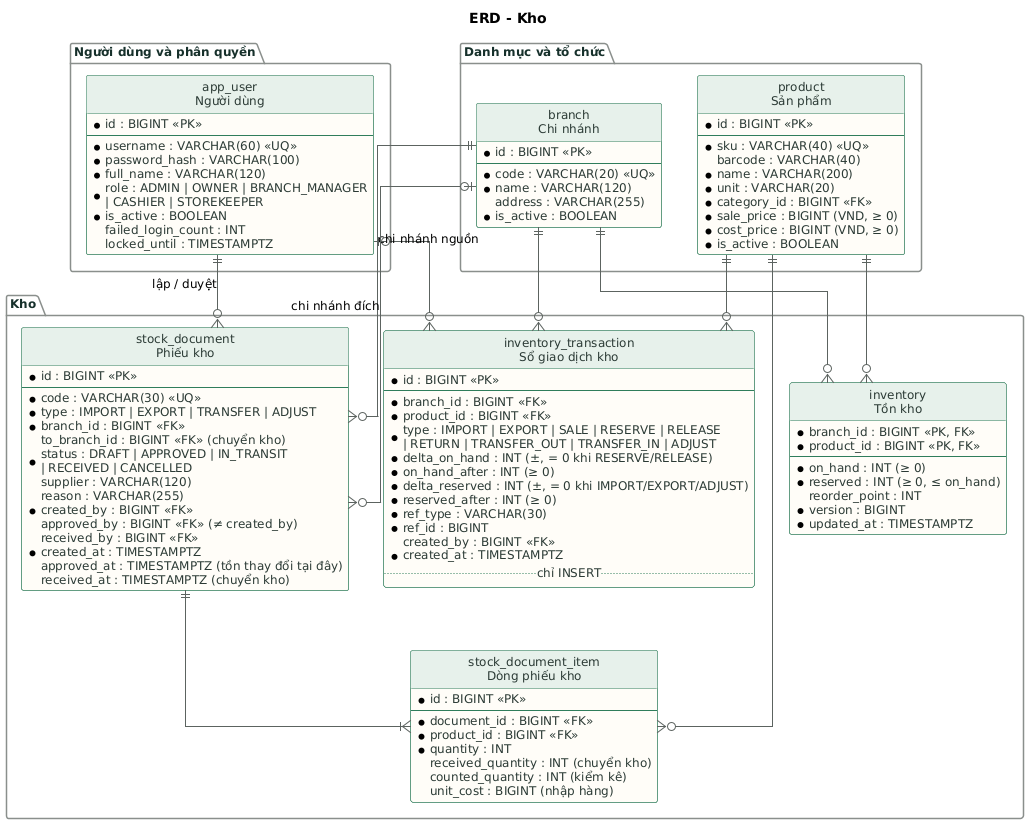
This is docs/design/erd/png/02-erd-kho.png from NguyenDokhai2005/GreenMart, a PlantUML export, as it was before one commit.
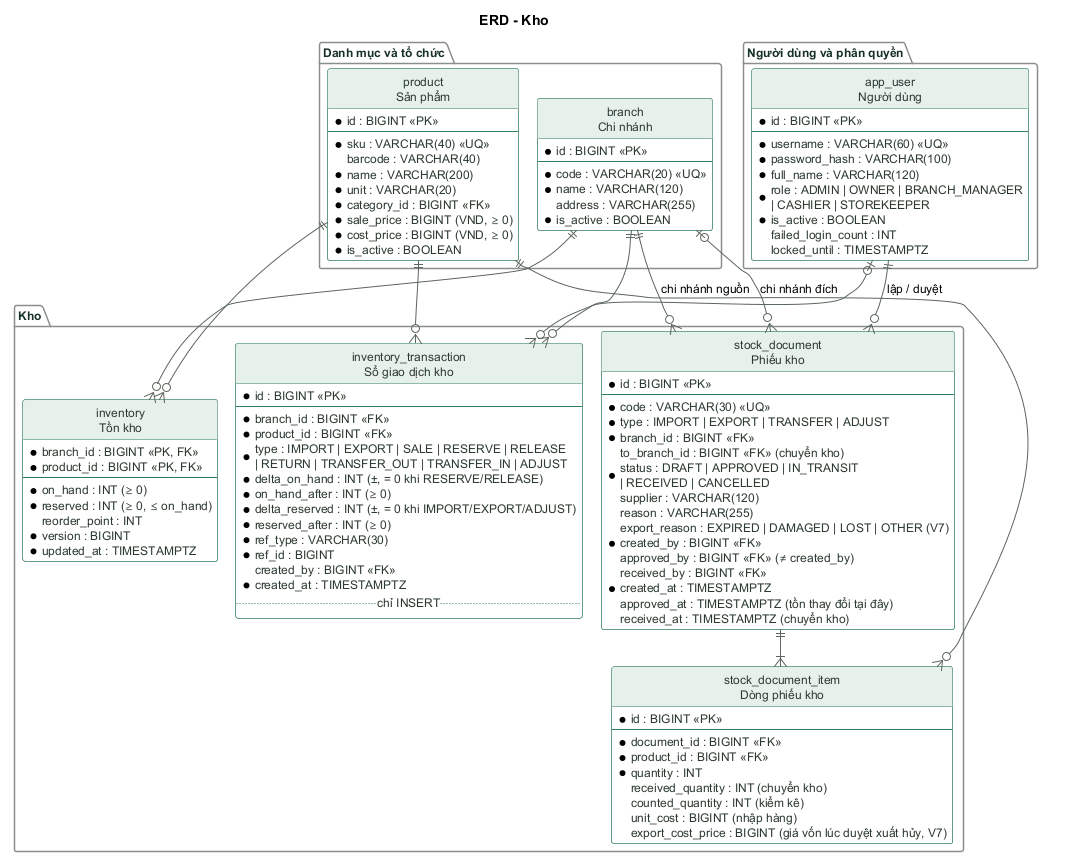
Later version of the same file.

What changed in the source:
```diff
@@ -1,4 +1,5 @@
 @startuml 02-erd-kho
+!pragma layout smetana
 
 skinparam defaultFontName "DejaVu Sans"
 skinparam defaultFontSize 12
@@ -93,6 +94,7 @@
     * status : DRAFT | APPROVED | IN_TRANSIT\n| RECEIVED | CANCELLED
     supplier : VARCHAR(120)
     reason : VARCHAR(255)
+    export_reason : EXPIRED | DAMAGED | LOST | OTHER (V7)
     * created_by : BIGINT <<FK>>
     approved_by : BIGINT <<FK>> (≠ created_by)
     received_by : BIGINT <<FK>>
@@ -109,6 +111,7 @@
     received_quantity : INT (chuyển kho)
     counted_quantity : INT (kiểm kê)
     unit_cost : BIGINT (nhập hàng)
+    export_cost_price : BIGINT (giá vốn lúc duyệt xuất hủy, V7)
   }
 }
 branch ||--o{ inventory
```
